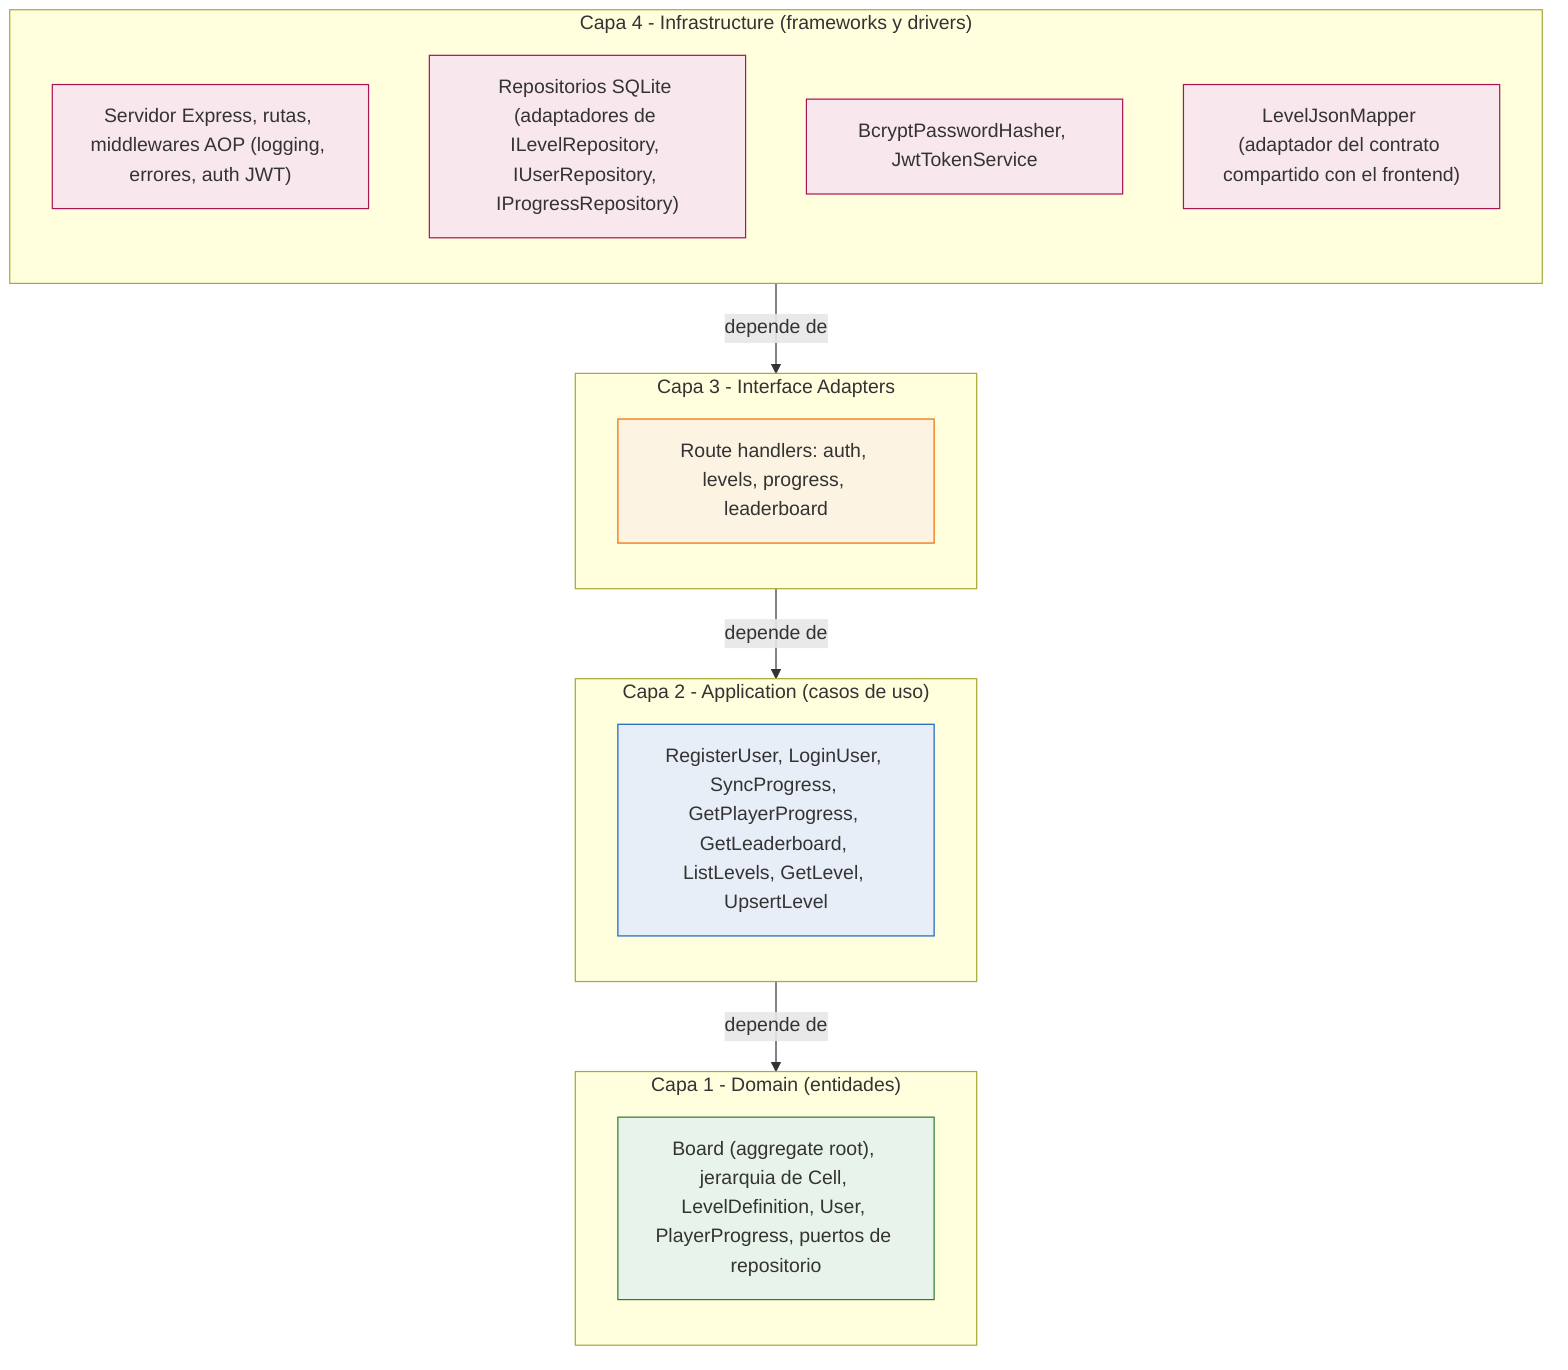
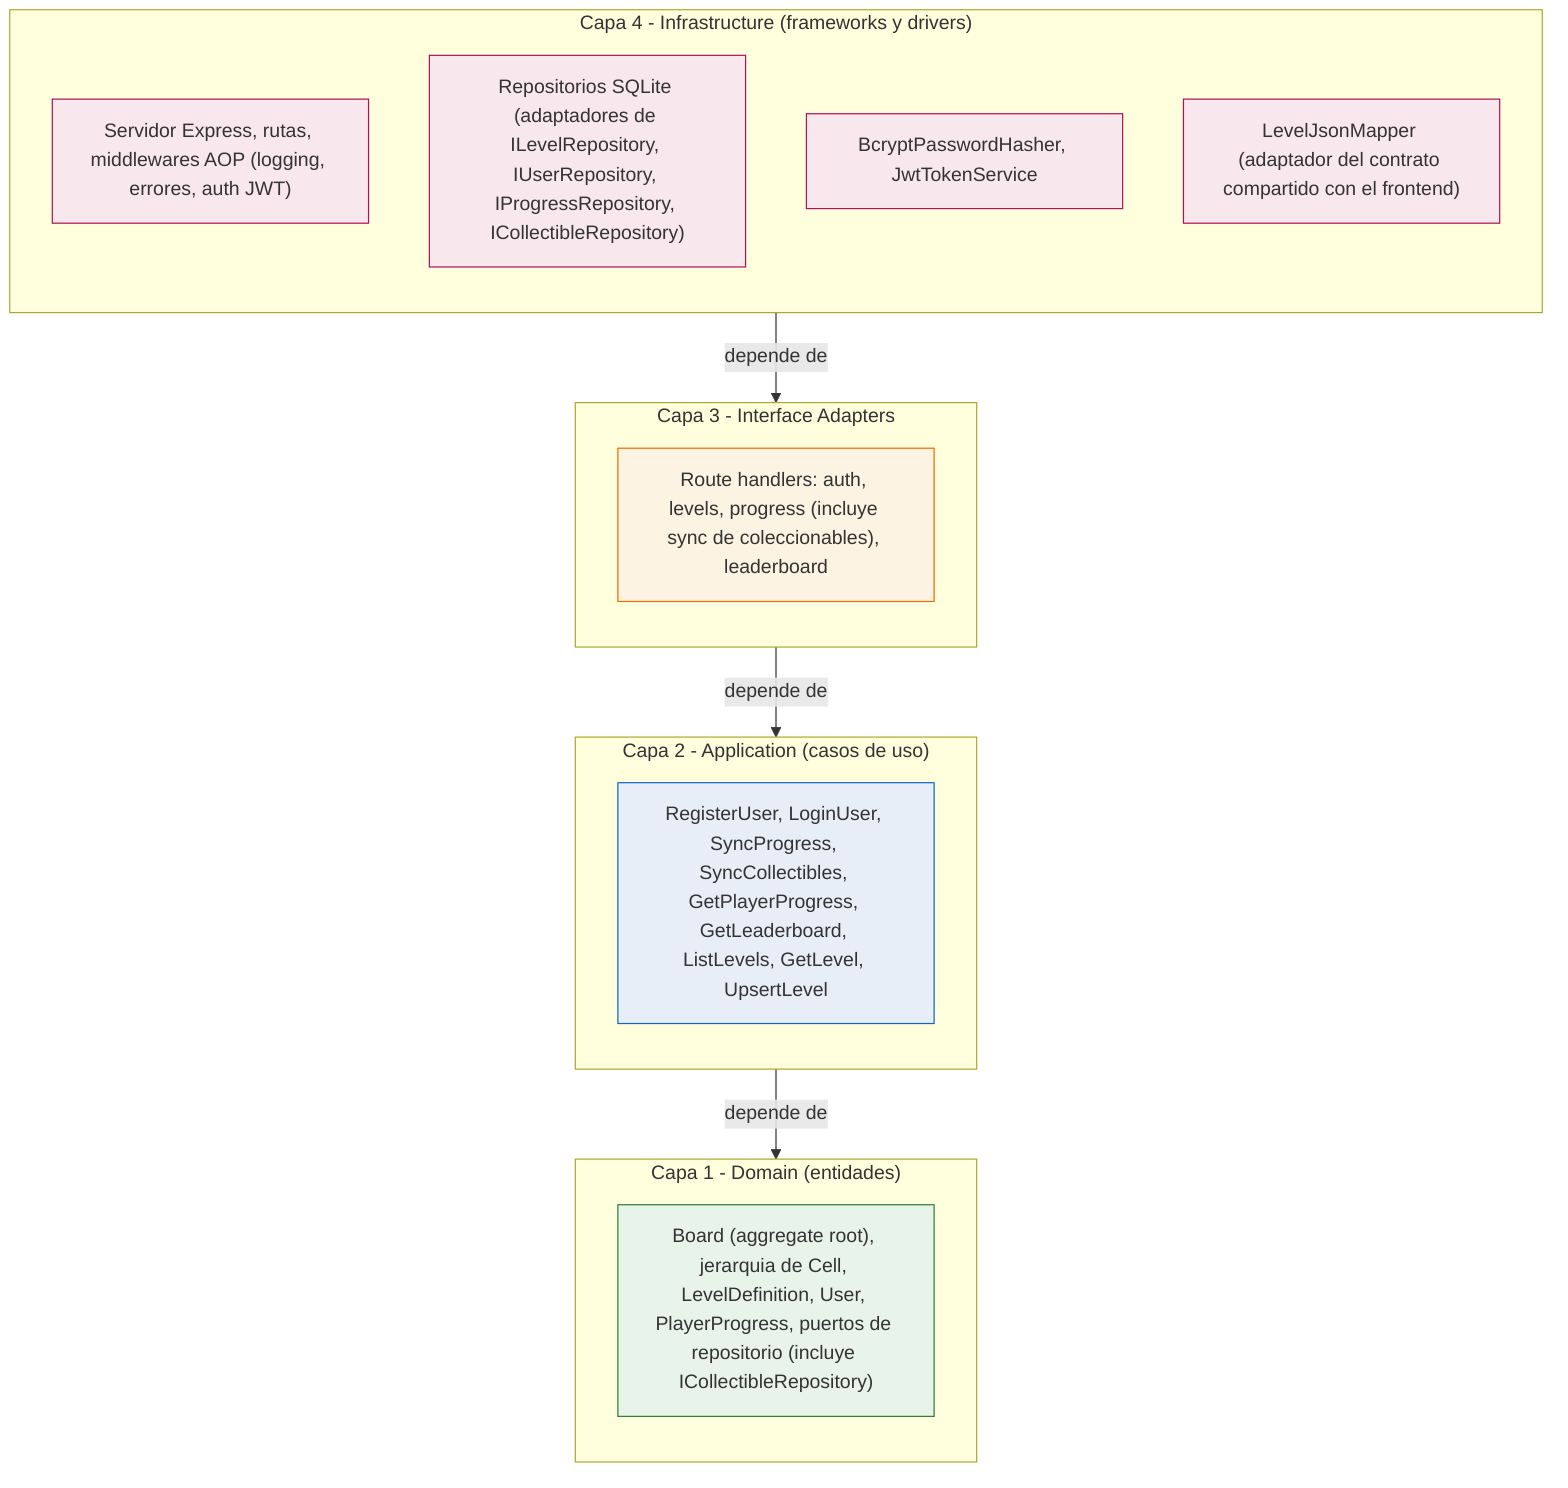
flowchart TB
    %% Diagrama de capas - Clean Architecture (backend Arrow Maze).
    %% Las flechas van de afuera hacia adentro (las capas externas dependen
    %% de las internas, nunca al reves) - Regla de Dependencia respetada.
    subgraph L4["Capa 4 - Infrastructure (frameworks y drivers)"]
        direction TB
        Express["Servidor Express, rutas, middlewares AOP (logging, errores, auth JWT)"]
-         Sqlite["Repositorios SQLite (adaptadores de ILevelRepository, IUserRepository, IProgressRepository)"]
+         Sqlite["Repositorios SQLite (adaptadores de ILevelRepository, IUserRepository, IProgressRepository, ICollectibleRepository)"]
        Security["BcryptPasswordHasher, JwtTokenService"]
        Mappers["LevelJsonMapper (adaptador del contrato compartido con el frontend)"]
    end
    subgraph L3["Capa 3 - Interface Adapters"]
        direction TB
-         Controllers["Route handlers: auth, levels, progress, leaderboard"]
+         Controllers["Route handlers: auth, levels, progress (incluye sync de coleccionables), leaderboard"]
    end
    subgraph L2["Capa 2 - Application (casos de uso)"]
        direction TB
-         UseCases["RegisterUser, LoginUser, SyncProgress, GetPlayerProgress, GetLeaderboard, ListLevels, GetLevel, UpsertLevel"]
+         UseCases["RegisterUser, LoginUser, SyncProgress, SyncCollectibles, GetPlayerProgress, GetLeaderboard, ListLevels, GetLevel, UpsertLevel"]
    end
    subgraph L1["Capa 1 - Domain (entidades)"]
        direction TB
-         Entities["Board (aggregate root), jerarquia de Cell, LevelDefinition, User, PlayerProgress, puertos de repositorio"]
+         Entities["Board (aggregate root), jerarquia de Cell, LevelDefinition, User, PlayerProgress, puertos de repositorio (incluye ICollectibleRepository)"]
    end

    L4 -->|depende de| L3
    L3 -->|depende de| L2
    L2 -->|depende de| L1

    classDef domain fill:#e8f4ea,stroke:#2e7d32
    classDef app fill:#e8eef8,stroke:#1565c0
    classDef adapters fill:#fdf3e2,stroke:#ef6c00
    classDef infra fill:#f8e8ee,stroke:#ad1457
    class Entities domain
    class UseCases app
    class Controllers adapters
    class Express,Sqlite,Security,Mappers infra
